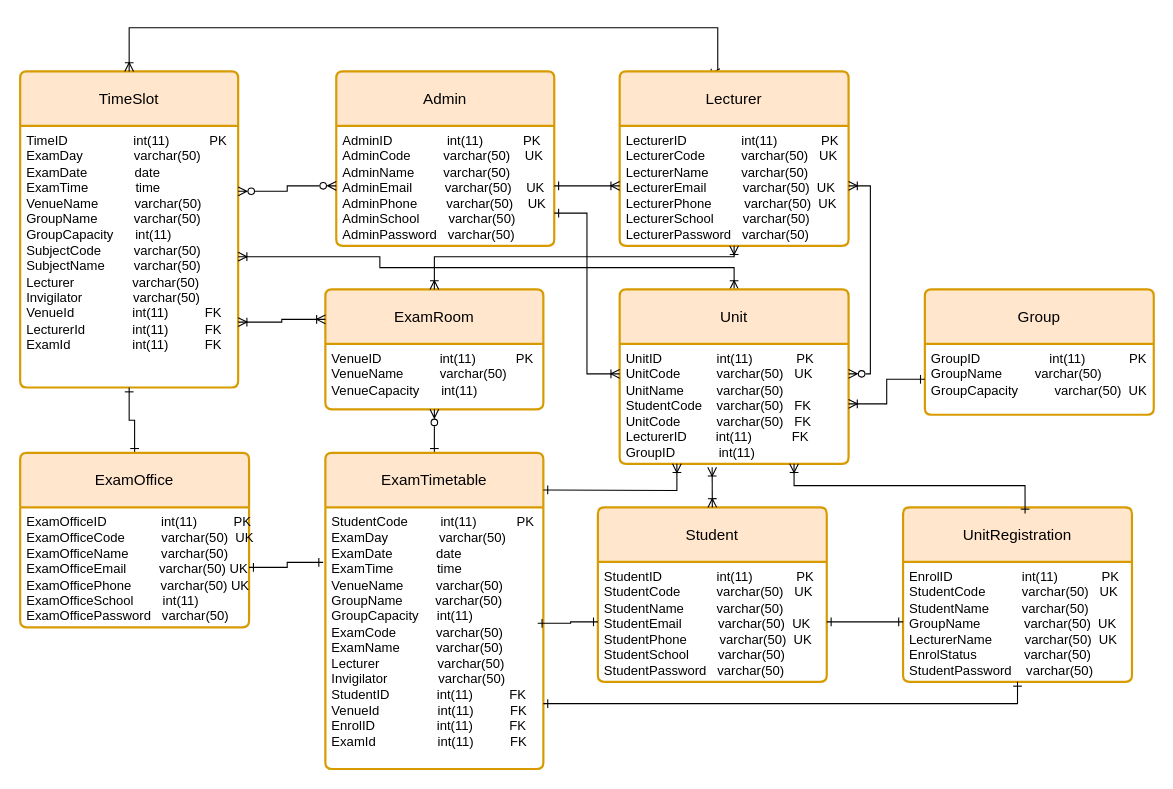
The draw.io diagram page "database diagrams" (3 of 5) of diagrams/all diagrams.drawio in Kathembotsong/Strath_Exam_Schedule, before the edit. Source tidied: cells renumbered, new cells numbered last; positions are measured from the earlier drawing's top-left corner, leaving out a move shared by most shapes. Both pictures are drawn from the tidied source at 109%, with x=0, y=0 at pixel (20, 27).
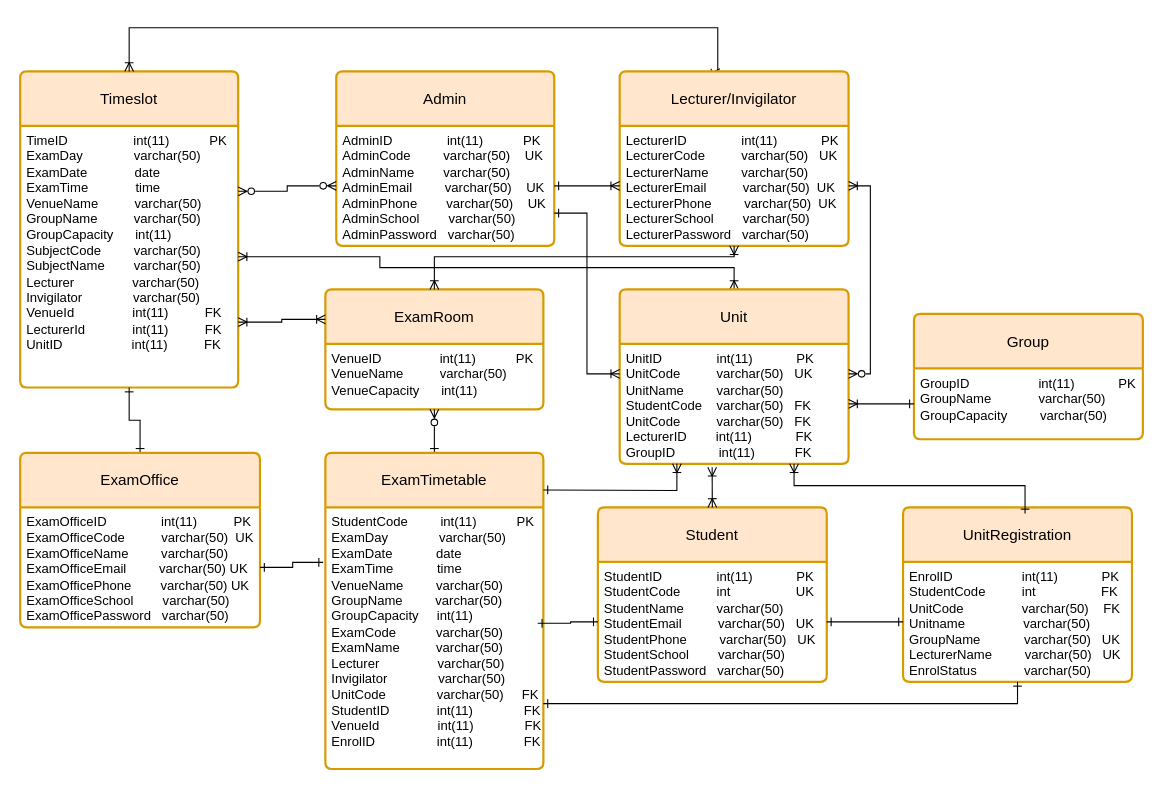
After the change.

The change refers to these unchanged cells:
```xml
<mxCell id="13" value="ExamTimetable" style="swimlane;horizontal=1;startSize=50;rounded=1;fontSize=14;fontStyle=0;strokeWidth=2;shadow=0;dashed=0;align=center;arcSize=4;whiteSpace=wrap;html=1;fillColor=#ffe6cc;strokeColor=#d79b00;" parent="1" vertex="1">
  <mxGeometry x="280" y="390" width="200" height="290" as="geometry" />
</mxCell>
<mxCell id="18" value="Unit" style="swimlane;horizontal=1;startSize=50;rounded=1;fontSize=14;fontStyle=0;strokeWidth=2;shadow=0;dashed=0;align=center;arcSize=4;whiteSpace=wrap;html=1;fillColor=#ffe6cc;strokeColor=#d79b00;" parent="1" vertex="1">
  <mxGeometry x="550" y="240" width="210" height="160" as="geometry" />
</mxCell>
<mxCell id="20" value="Student" style="swimlane;horizontal=1;startSize=50;rounded=1;fontSize=14;fontStyle=0;strokeWidth=2;shadow=0;dashed=0;align=center;arcSize=4;whiteSpace=wrap;html=1;fillColor=#ffe6cc;strokeColor=#d79b00;" parent="1" vertex="1">
  <mxGeometry x="530" y="440" width="210" height="160" as="geometry" />
</mxCell>
<mxCell id="22" value="UnitRegistration" style="swimlane;horizontal=1;startSize=50;rounded=1;fontSize=14;fontStyle=0;strokeWidth=2;shadow=0;dashed=0;align=center;arcSize=4;whiteSpace=wrap;html=1;fillColor=#ffe6cc;strokeColor=#d79b00;" parent="1" vertex="1">
  <mxGeometry x="810" y="440" width="210" height="160" as="geometry" />
</mxCell>
```

Change to the diagram source:
```diff
@@
-    <mxCell id="2" value="TimeSlot" style="swimlane;horizontal=1;startSize=50;rounded=1;fontSize=14;fontStyle=0;strokeWidth=2;shadow=0;dashed=0;align=center;arcSize=4;whiteSpace=wrap;html=1;fillColor=#ffe6cc;strokeColor=#d79b00;" parent="1" vertex="1">
+    <mxCell id="2" value="Timeslot" style="swimlane;horizontal=1;startSize=50;rounded=1;fontSize=14;fontStyle=0;strokeWidth=2;shadow=0;dashed=0;align=center;arcSize=4;whiteSpace=wrap;html=1;fillColor=#ffe6cc;strokeColor=#d79b00;" parent="1" vertex="1">
       <mxGeometry y="40" width="200" height="290" as="geometry" />
     </mxCell>
@@
-    <mxCell id="4" value="TimeID&amp;nbsp; &amp;nbsp; &amp;nbsp; &amp;nbsp; &amp;nbsp; &amp;nbsp; &amp;nbsp; &amp;nbsp; &amp;nbsp; int(11)&amp;nbsp; &amp;nbsp; &amp;nbsp; &amp;nbsp; &amp;nbsp; &amp;nbsp;PK&lt;br&gt;ExamDay&amp;nbsp; &amp;nbsp; &amp;nbsp; &amp;nbsp; &amp;nbsp; &amp;nbsp; &amp;nbsp; varchar(50)&lt;br&gt;ExamDate&amp;nbsp; &amp;nbsp; &amp;nbsp; &amp;nbsp; &amp;nbsp; &amp;nbsp; &amp;nbsp;date&lt;br&gt;ExamTime&amp;nbsp; &amp;nbsp; &amp;nbsp; &amp;nbsp; &amp;nbsp; &amp;nbsp; &amp;nbsp;time&lt;br&gt;VenueName&amp;nbsp; &amp;nbsp; &amp;nbsp; &amp;nbsp; &amp;nbsp; varchar(50)&lt;br&gt;GroupName&amp;nbsp; &amp;nbsp; &amp;nbsp; &amp;nbsp; &amp;nbsp; varchar(50)&lt;br&gt;GroupCapacity&amp;nbsp; &amp;nbsp; &amp;nbsp; int(11)&lt;br&gt;SubjectCode&amp;nbsp; &amp;nbsp; &amp;nbsp; &amp;nbsp; &amp;nbsp;varchar(50)&lt;br&gt;SubjectName&amp;nbsp; &amp;nbsp; &amp;nbsp; &amp;nbsp; varchar(50)&lt;br&gt;Lecturer&amp;nbsp; &amp;nbsp; &amp;nbsp; &amp;nbsp; &amp;nbsp; &amp;nbsp; &amp;nbsp; &amp;nbsp; varchar(50)&lt;br&gt;Invigilator&amp;nbsp; &amp;nbsp; &amp;nbsp; &amp;nbsp; &amp;nbsp; &amp;nbsp; &amp;nbsp; varchar(50)&lt;br&gt;VenueId&amp;nbsp; &amp;nbsp; &amp;nbsp; &amp;nbsp; &amp;nbsp; &amp;nbsp; &amp;nbsp; &amp;nbsp; int(11)&amp;nbsp; &amp;nbsp; &amp;nbsp; &amp;nbsp; &amp;nbsp; FK&lt;br&gt;LecturerId&amp;nbsp; &amp;nbsp; &amp;nbsp; &amp;nbsp; &amp;nbsp; &amp;nbsp; &amp;nbsp;int(11)&amp;nbsp; &amp;nbsp; &amp;nbsp; &amp;nbsp; &amp;nbsp; FK&lt;br&gt;ExamId&amp;nbsp; &amp;nbsp; &amp;nbsp; &amp;nbsp; &amp;nbsp; &amp;nbsp; &amp;nbsp; &amp;nbsp; &amp;nbsp;int(11)&amp;nbsp; &amp;nbsp; &amp;nbsp; &amp;nbsp; &amp;nbsp; FK" style="align=left;strokeColor=none;fillColor=none;spacingLeft=4;fontSize=12;verticalAlign=top;html=1;" parent="2" vertex="1">
+    <mxCell id="4" value="TimeID&amp;nbsp; &amp;nbsp; &amp;nbsp; &amp;nbsp; &amp;nbsp; &amp;nbsp; &amp;nbsp; &amp;nbsp; &amp;nbsp; int(11)&amp;nbsp; &amp;nbsp; &amp;nbsp; &amp;nbsp; &amp;nbsp; &amp;nbsp;PK&lt;br&gt;ExamDay&amp;nbsp; &amp;nbsp; &amp;nbsp; &amp;nbsp; &amp;nbsp; &amp;nbsp; &amp;nbsp; varchar(50)&lt;br&gt;ExamDate&amp;nbsp; &amp;nbsp; &amp;nbsp; &amp;nbsp; &amp;nbsp; &amp;nbsp; &amp;nbsp;date&lt;br&gt;ExamTime&amp;nbsp; &amp;nbsp; &amp;nbsp; &amp;nbsp; &amp;nbsp; &amp;nbsp; &amp;nbsp;time&lt;br&gt;VenueName&amp;nbsp; &amp;nbsp; &amp;nbsp; &amp;nbsp; &amp;nbsp; varchar(50)&lt;br&gt;GroupName&amp;nbsp; &amp;nbsp; &amp;nbsp; &amp;nbsp; &amp;nbsp; varchar(50)&lt;br&gt;GroupCapacity&amp;nbsp; &amp;nbsp; &amp;nbsp; int(11)&lt;br&gt;SubjectCode&amp;nbsp; &amp;nbsp; &amp;nbsp; &amp;nbsp; &amp;nbsp;varchar(50)&lt;br&gt;SubjectName&amp;nbsp; &amp;nbsp; &amp;nbsp; &amp;nbsp; varchar(50)&lt;br&gt;Lecturer&amp;nbsp; &amp;nbsp; &amp;nbsp; &amp;nbsp; &amp;nbsp; &amp;nbsp; &amp;nbsp; &amp;nbsp; varchar(50)&lt;br&gt;Invigilator&amp;nbsp; &amp;nbsp; &amp;nbsp; &amp;nbsp; &amp;nbsp; &amp;nbsp; &amp;nbsp; varchar(50)&lt;br&gt;VenueId&amp;nbsp; &amp;nbsp; &amp;nbsp; &amp;nbsp; &amp;nbsp; &amp;nbsp; &amp;nbsp; &amp;nbsp; int(11)&amp;nbsp; &amp;nbsp; &amp;nbsp; &amp;nbsp; &amp;nbsp; FK&lt;br&gt;LecturerId&amp;nbsp; &amp;nbsp; &amp;nbsp; &amp;nbsp; &amp;nbsp; &amp;nbsp; &amp;nbsp;int(11)&amp;nbsp; &amp;nbsp; &amp;nbsp; &amp;nbsp; &amp;nbsp; FK&lt;br&gt;UnitID&amp;nbsp; &amp;nbsp; &amp;nbsp; &amp;nbsp; &amp;nbsp; &amp;nbsp; &amp;nbsp; &amp;nbsp; &amp;nbsp; &amp;nbsp;int(11)&amp;nbsp; &amp;nbsp; &amp;nbsp; &amp;nbsp; &amp;nbsp; FK" style="align=left;strokeColor=none;fillColor=none;spacingLeft=4;fontSize=12;verticalAlign=top;html=1;" parent="2" vertex="1">
       <mxGeometry y="50" width="200" height="240" as="geometry" />
     </mxCell>
@@
     <mxCell id="10" value="ExamOffice" style="swimlane;horizontal=1;startSize=50;rounded=1;fontSize=14;fontStyle=0;strokeWidth=2;shadow=0;dashed=0;align=center;arcSize=4;whiteSpace=wrap;html=1;fillColor=#ffe6cc;strokeColor=#d79b00;" parent="1" vertex="1">
-      <mxGeometry y="390" width="210" height="160" as="geometry" />
+      <mxGeometry y="390" width="220" height="160" as="geometry" />
     </mxCell>
-    <mxCell id="11" value="ExamOfficeID&amp;nbsp; &amp;nbsp; &amp;nbsp; &amp;nbsp; &amp;nbsp; &amp;nbsp; &amp;nbsp; &amp;nbsp;int(11)&amp;nbsp; &amp;nbsp; &amp;nbsp; &amp;nbsp; &amp;nbsp; PK&lt;br&gt;ExamOfficeCode&amp;nbsp; &amp;nbsp; &amp;nbsp; &amp;nbsp; &amp;nbsp; varchar(50)&amp;nbsp; UK&lt;br&gt;ExamOfficeName&amp;nbsp; &amp;nbsp; &amp;nbsp; &amp;nbsp; &amp;nbsp;varchar(50)&lt;br&gt;ExamOfficeEmail&amp;nbsp; &amp;nbsp; &amp;nbsp; &amp;nbsp; &amp;nbsp;varchar(50) UK&lt;br&gt;ExamOfficePhone&amp;nbsp; &amp;nbsp; &amp;nbsp; &amp;nbsp; varchar(50) UK&lt;br&gt;ExamOfficeSchool&amp;nbsp; &amp;nbsp; &amp;nbsp; &amp;nbsp; int(11)&lt;br&gt;ExamOfficePassword&amp;nbsp; &amp;nbsp;varchar(50)" style="align=left;strokeColor=none;fillColor=none;spacingLeft=4;fontSize=12;verticalAlign=top;html=1;" parent="10" vertex="1">
-      <mxGeometry y="50" width="210" height="110" as="geometry" />
+    <mxCell id="11" value="ExamOfficeID&amp;nbsp; &amp;nbsp; &amp;nbsp; &amp;nbsp; &amp;nbsp; &amp;nbsp; &amp;nbsp; &amp;nbsp;int(11)&amp;nbsp; &amp;nbsp; &amp;nbsp; &amp;nbsp; &amp;nbsp; PK&lt;br&gt;ExamOfficeCode&amp;nbsp; &amp;nbsp; &amp;nbsp; &amp;nbsp; &amp;nbsp; varchar(50)&amp;nbsp; UK&lt;br&gt;ExamOfficeName&amp;nbsp; &amp;nbsp; &amp;nbsp; &amp;nbsp; &amp;nbsp;varchar(50)&lt;br&gt;ExamOfficeEmail&amp;nbsp; &amp;nbsp; &amp;nbsp; &amp;nbsp; &amp;nbsp;varchar(50) UK&lt;br&gt;ExamOfficePhone&amp;nbsp; &amp;nbsp; &amp;nbsp; &amp;nbsp; varchar(50) UK&lt;br&gt;ExamOfficeSchool&amp;nbsp; &amp;nbsp; &amp;nbsp; &amp;nbsp; varchar(50)&lt;br&gt;ExamOfficePassword&amp;nbsp; &amp;nbsp;varchar(50)" style="align=left;strokeColor=none;fillColor=none;spacingLeft=4;fontSize=12;verticalAlign=top;html=1;" parent="10" vertex="1">
+      <mxGeometry y="50" width="220" height="110" as="geometry" />
     </mxCell>
@@
-    <mxCell id="14" value="StudentCode&amp;nbsp; &amp;nbsp; &amp;nbsp; &amp;nbsp; &amp;nbsp;int(11)&amp;nbsp; &amp;nbsp; &amp;nbsp; &amp;nbsp; &amp;nbsp; &amp;nbsp;PK&lt;br&gt;ExamDay&amp;nbsp; &amp;nbsp; &amp;nbsp; &amp;nbsp; &amp;nbsp; &amp;nbsp; &amp;nbsp; varchar(50)&lt;br&gt;ExamDate&amp;nbsp; &amp;nbsp; &amp;nbsp; &amp;nbsp; &amp;nbsp; &amp;nbsp; date&lt;br&gt;ExamTime&amp;nbsp; &amp;nbsp; &amp;nbsp; &amp;nbsp; &amp;nbsp; &amp;nbsp; time&lt;br&gt;VenueName&amp;nbsp; &amp;nbsp; &amp;nbsp; &amp;nbsp; &amp;nbsp;varchar(50)&lt;br&gt;GroupName&amp;nbsp; &amp;nbsp; &amp;nbsp; &amp;nbsp; &amp;nbsp;varchar(50)&lt;br&gt;GroupCapacity&amp;nbsp; &amp;nbsp; &amp;nbsp;int(11)&lt;br&gt;ExamCode&amp;nbsp; &amp;nbsp; &amp;nbsp; &amp;nbsp; &amp;nbsp; &amp;nbsp;varchar(50)&lt;br&gt;ExamName&amp;nbsp; &amp;nbsp; &amp;nbsp; &amp;nbsp; &amp;nbsp; varchar(50)&lt;br&gt;Lecturer&amp;nbsp; &amp;nbsp; &amp;nbsp; &amp;nbsp; &amp;nbsp; &amp;nbsp; &amp;nbsp; &amp;nbsp; varchar(50)&lt;br&gt;Invigilator&amp;nbsp; &amp;nbsp; &amp;nbsp; &amp;nbsp; &amp;nbsp; &amp;nbsp; &amp;nbsp; varchar(50)&lt;br&gt;StudentID&amp;nbsp; &amp;nbsp; &amp;nbsp; &amp;nbsp; &amp;nbsp; &amp;nbsp; &amp;nbsp;int(11)&amp;nbsp; &amp;nbsp; &amp;nbsp; &amp;nbsp; &amp;nbsp; FK&lt;br&gt;VenueId&amp;nbsp; &amp;nbsp; &amp;nbsp; &amp;nbsp; &amp;nbsp; &amp;nbsp; &amp;nbsp; &amp;nbsp; int(11)&amp;nbsp; &amp;nbsp; &amp;nbsp; &amp;nbsp; &amp;nbsp; FK&lt;br&gt;EnrolID&amp;nbsp; &amp;nbsp; &amp;nbsp; &amp;nbsp; &amp;nbsp; &amp;nbsp; &amp;nbsp; &amp;nbsp; &amp;nbsp;int(11)&amp;nbsp; &amp;nbsp; &amp;nbsp; &amp;nbsp; &amp;nbsp; FK&lt;br&gt;ExamId&amp;nbsp; &amp;nbsp; &amp;nbsp; &amp;nbsp; &amp;nbsp; &amp;nbsp; &amp;nbsp; &amp;nbsp; &amp;nbsp;int(11)&amp;nbsp; &amp;nbsp; &amp;nbsp; &amp;nbsp; &amp;nbsp; FK" style="align=left;strokeColor=none;fillColor=none;spacingLeft=4;fontSize=12;verticalAlign=top;html=1;" parent="13" vertex="1">
+    <mxCell id="14" value="StudentCode&amp;nbsp; &amp;nbsp; &amp;nbsp; &amp;nbsp; &amp;nbsp;int(11)&amp;nbsp; &amp;nbsp; &amp;nbsp; &amp;nbsp; &amp;nbsp; &amp;nbsp;PK&lt;br&gt;ExamDay&amp;nbsp; &amp;nbsp; &amp;nbsp; &amp;nbsp; &amp;nbsp; &amp;nbsp; &amp;nbsp; varchar(50)&lt;br&gt;ExamDate&amp;nbsp; &amp;nbsp; &amp;nbsp; &amp;nbsp; &amp;nbsp; &amp;nbsp; date&lt;br&gt;ExamTime&amp;nbsp; &amp;nbsp; &amp;nbsp; &amp;nbsp; &amp;nbsp; &amp;nbsp; time&lt;br&gt;VenueName&amp;nbsp; &amp;nbsp; &amp;nbsp; &amp;nbsp; &amp;nbsp;varchar(50)&lt;br&gt;GroupName&amp;nbsp; &amp;nbsp; &amp;nbsp; &amp;nbsp; &amp;nbsp;varchar(50)&lt;br&gt;GroupCapacity&amp;nbsp; &amp;nbsp; &amp;nbsp;int(11)&lt;br&gt;ExamCode&amp;nbsp; &amp;nbsp; &amp;nbsp; &amp;nbsp; &amp;nbsp; &amp;nbsp;varchar(50)&lt;br&gt;ExamName&amp;nbsp; &amp;nbsp; &amp;nbsp; &amp;nbsp; &amp;nbsp; varchar(50)&lt;br&gt;Lecturer&amp;nbsp; &amp;nbsp; &amp;nbsp; &amp;nbsp; &amp;nbsp; &amp;nbsp; &amp;nbsp; &amp;nbsp; varchar(50)&lt;br&gt;Invigilator&amp;nbsp; &amp;nbsp; &amp;nbsp; &amp;nbsp; &amp;nbsp; &amp;nbsp; &amp;nbsp; varchar(50)&lt;br&gt;UnitCode&amp;nbsp; &amp;nbsp; &amp;nbsp; &amp;nbsp; &amp;nbsp; &amp;nbsp; &amp;nbsp; varchar(50)&amp;nbsp; &amp;nbsp; &amp;nbsp;FK&lt;br&gt;StudentID&amp;nbsp; &amp;nbsp; &amp;nbsp; &amp;nbsp; &amp;nbsp; &amp;nbsp; &amp;nbsp;int(11)&amp;nbsp; &amp;nbsp; &amp;nbsp; &amp;nbsp; &amp;nbsp; &amp;nbsp; &amp;nbsp; FK&lt;br&gt;VenueId&amp;nbsp; &amp;nbsp; &amp;nbsp; &amp;nbsp; &amp;nbsp; &amp;nbsp; &amp;nbsp; &amp;nbsp; int(11)&amp;nbsp; &amp;nbsp; &amp;nbsp; &amp;nbsp; &amp;nbsp; &amp;nbsp; &amp;nbsp; FK&lt;br&gt;EnrolID&amp;nbsp; &amp;nbsp; &amp;nbsp; &amp;nbsp; &amp;nbsp; &amp;nbsp; &amp;nbsp; &amp;nbsp; &amp;nbsp;int(11)&amp;nbsp; &amp;nbsp; &amp;nbsp; &amp;nbsp; &amp;nbsp; &amp;nbsp; &amp;nbsp; FK" style="align=left;strokeColor=none;fillColor=none;spacingLeft=4;fontSize=12;verticalAlign=top;html=1;" parent="13" vertex="1">
       <mxGeometry y="50" width="200" height="240" as="geometry" />
     </mxCell>
-    <mxCell id="15" value="Lecturer" style="swimlane;horizontal=1;startSize=50;rounded=1;fontSize=14;fontStyle=0;strokeWidth=2;shadow=0;dashed=0;align=center;arcSize=4;whiteSpace=wrap;html=1;fillColor=#ffe6cc;strokeColor=#d79b00;" parent="1" vertex="1">
+    <mxCell id="15" value="Lecturer/Invigilator" style="swimlane;horizontal=1;startSize=50;rounded=1;fontSize=14;fontStyle=0;strokeWidth=2;shadow=0;dashed=0;align=center;arcSize=4;whiteSpace=wrap;html=1;fillColor=#ffe6cc;strokeColor=#d79b00;" parent="1" vertex="1">
       <mxGeometry x="550" y="40" width="210" height="160" as="geometry" />
     </mxCell>
@@
-    <mxCell id="19" value="UnitID&amp;nbsp; &amp;nbsp; &amp;nbsp; &amp;nbsp; &amp;nbsp; &amp;nbsp; &amp;nbsp; &amp;nbsp;int(11)&amp;nbsp; &amp;nbsp; &amp;nbsp; &amp;nbsp; &amp;nbsp; &amp;nbsp; PK&lt;br&gt;UnitCode&amp;nbsp; &amp;nbsp; &amp;nbsp; &amp;nbsp; &amp;nbsp; varchar(50)&amp;nbsp; &amp;nbsp;UK&lt;br&gt;UnitName&amp;nbsp; &amp;nbsp; &amp;nbsp; &amp;nbsp; &amp;nbsp;varchar(50)&lt;br&gt;StudentCode&amp;nbsp; &amp;nbsp; varchar(50)&amp;nbsp; &amp;nbsp;FK&lt;br&gt;UnitCode&amp;nbsp; &amp;nbsp; &amp;nbsp; &amp;nbsp; &amp;nbsp; varchar(50)&amp;nbsp; &amp;nbsp;FK&lt;br&gt;LecturerID&amp;nbsp; &amp;nbsp; &amp;nbsp; &amp;nbsp; int(11)&amp;nbsp; &amp;nbsp; &amp;nbsp; &amp;nbsp; &amp;nbsp; &amp;nbsp;FK&amp;nbsp; &amp;nbsp;&lt;br&gt;GroupID&amp;nbsp; &amp;nbsp; &amp;nbsp; &amp;nbsp; &amp;nbsp; &amp;nbsp; int(11)" style="align=left;strokeColor=none;fillColor=none;spacingLeft=4;fontSize=12;verticalAlign=top;html=1;" parent="18" vertex="1">
+    <mxCell id="19" value="UnitID&amp;nbsp; &amp;nbsp; &amp;nbsp; &amp;nbsp; &amp;nbsp; &amp;nbsp; &amp;nbsp; &amp;nbsp;int(11)&amp;nbsp; &amp;nbsp; &amp;nbsp; &amp;nbsp; &amp;nbsp; &amp;nbsp; PK&lt;br&gt;UnitCode&amp;nbsp; &amp;nbsp; &amp;nbsp; &amp;nbsp; &amp;nbsp; varchar(50)&amp;nbsp; &amp;nbsp;UK&lt;br&gt;UnitName&amp;nbsp; &amp;nbsp; &amp;nbsp; &amp;nbsp; &amp;nbsp;varchar(50)&lt;br&gt;StudentCode&amp;nbsp; &amp;nbsp; varchar(50)&amp;nbsp; &amp;nbsp;FK&lt;br&gt;UnitCode&amp;nbsp; &amp;nbsp; &amp;nbsp; &amp;nbsp; &amp;nbsp; varchar(50)&amp;nbsp; &amp;nbsp;FK&lt;br&gt;LecturerID&amp;nbsp; &amp;nbsp; &amp;nbsp; &amp;nbsp; int(11)&amp;nbsp; &amp;nbsp; &amp;nbsp; &amp;nbsp; &amp;nbsp; &amp;nbsp; FK&amp;nbsp; &amp;nbsp;&lt;br&gt;GroupID&amp;nbsp; &amp;nbsp; &amp;nbsp; &amp;nbsp; &amp;nbsp; &amp;nbsp; int(11)&amp;nbsp; &amp;nbsp; &amp;nbsp; &amp;nbsp; &amp;nbsp; &amp;nbsp;FK" style="align=left;strokeColor=none;fillColor=none;spacingLeft=4;fontSize=12;verticalAlign=top;html=1;" parent="18" vertex="1">
       <mxGeometry y="50" width="210" height="110" as="geometry" />
     </mxCell>
@@
-    <mxCell id="21" value="StudentID&amp;nbsp; &amp;nbsp; &amp;nbsp; &amp;nbsp; &amp;nbsp; &amp;nbsp; &amp;nbsp; &amp;nbsp;int(11)&amp;nbsp; &amp;nbsp; &amp;nbsp; &amp;nbsp; &amp;nbsp; &amp;nbsp; PK&lt;br&gt;StudentCode&amp;nbsp; &amp;nbsp; &amp;nbsp; &amp;nbsp; &amp;nbsp; varchar(50)&amp;nbsp; &amp;nbsp;UK&lt;br&gt;StudentName&amp;nbsp; &amp;nbsp; &amp;nbsp; &amp;nbsp; &amp;nbsp;varchar(50)&lt;br&gt;StudentEmail&amp;nbsp; &amp;nbsp; &amp;nbsp; &amp;nbsp; &amp;nbsp; varchar(50)&amp;nbsp; UK&lt;br&gt;StudentPhone&amp;nbsp; &amp;nbsp; &amp;nbsp; &amp;nbsp; &amp;nbsp;varchar(50)&amp;nbsp; UK&lt;br&gt;StudentSchool&amp;nbsp; &amp;nbsp; &amp;nbsp; &amp;nbsp; varchar(50)&lt;br&gt;StudentPassword&amp;nbsp; &amp;nbsp;varchar(50)" style="align=left;strokeColor=none;fillColor=none;spacingLeft=4;fontSize=12;verticalAlign=top;html=1;" parent="20" vertex="1">
+    <mxCell id="21" value="StudentID&amp;nbsp; &amp;nbsp; &amp;nbsp; &amp;nbsp; &amp;nbsp; &amp;nbsp; &amp;nbsp; &amp;nbsp;int(11)&amp;nbsp; &amp;nbsp; &amp;nbsp; &amp;nbsp; &amp;nbsp; &amp;nbsp; PK&lt;br&gt;StudentCode&amp;nbsp; &amp;nbsp; &amp;nbsp; &amp;nbsp; &amp;nbsp; int&amp;nbsp; &amp;nbsp; &amp;nbsp; &amp;nbsp; &amp;nbsp; &amp;nbsp; &amp;nbsp; &amp;nbsp; &amp;nbsp; UK&lt;br&gt;StudentName&amp;nbsp; &amp;nbsp; &amp;nbsp; &amp;nbsp; &amp;nbsp;varchar(50)&lt;br&gt;StudentEmail&amp;nbsp; &amp;nbsp; &amp;nbsp; &amp;nbsp; &amp;nbsp; varchar(50)&amp;nbsp; &amp;nbsp;UK&lt;br&gt;StudentPhone&amp;nbsp; &amp;nbsp; &amp;nbsp; &amp;nbsp; &amp;nbsp;varchar(50)&amp;nbsp; &amp;nbsp;UK&lt;br&gt;StudentSchool&amp;nbsp; &amp;nbsp; &amp;nbsp; &amp;nbsp; varchar(50)&lt;br&gt;StudentPassword&amp;nbsp; &amp;nbsp;varchar(50)" style="align=left;strokeColor=none;fillColor=none;spacingLeft=4;fontSize=12;verticalAlign=top;html=1;" parent="20" vertex="1">
       <mxGeometry y="50" width="210" height="110" as="geometry" />
     </mxCell>
@@
-    <mxCell id="23" value="EnrolID&amp;nbsp; &amp;nbsp; &amp;nbsp; &amp;nbsp; &amp;nbsp; &amp;nbsp; &amp;nbsp; &amp;nbsp; &amp;nbsp; &amp;nbsp;int(11)&amp;nbsp; &amp;nbsp; &amp;nbsp; &amp;nbsp; &amp;nbsp; &amp;nbsp; PK&lt;br&gt;StudentCode&amp;nbsp; &amp;nbsp; &amp;nbsp; &amp;nbsp; &amp;nbsp; varchar(50)&amp;nbsp; &amp;nbsp;UK&lt;br&gt;StudentName&amp;nbsp; &amp;nbsp; &amp;nbsp; &amp;nbsp; &amp;nbsp;varchar(50)&lt;br&gt;GroupName&amp;nbsp; &amp;nbsp; &amp;nbsp; &amp;nbsp; &amp;nbsp; &amp;nbsp; varchar(50)&amp;nbsp; UK&lt;br&gt;LecturerName&amp;nbsp; &amp;nbsp; &amp;nbsp; &amp;nbsp; &amp;nbsp;varchar(50)&amp;nbsp; UK&lt;br&gt;EnrolStatus&amp;nbsp; &amp;nbsp; &amp;nbsp; &amp;nbsp; &amp;nbsp; &amp;nbsp; &amp;nbsp;varchar(50)&lt;br&gt;StudentPassword&amp;nbsp; &amp;nbsp; varchar(50)" style="align=left;strokeColor=none;fillColor=none;spacingLeft=4;fontSize=12;verticalAlign=top;html=1;" parent="22" vertex="1">
+    <mxCell id="23" value="EnrolID&amp;nbsp; &amp;nbsp; &amp;nbsp; &amp;nbsp; &amp;nbsp; &amp;nbsp; &amp;nbsp; &amp;nbsp; &amp;nbsp; &amp;nbsp;int(11)&amp;nbsp; &amp;nbsp; &amp;nbsp; &amp;nbsp; &amp;nbsp; &amp;nbsp; PK&lt;br&gt;StudentCode&amp;nbsp; &amp;nbsp; &amp;nbsp; &amp;nbsp; &amp;nbsp; int&amp;nbsp; &amp;nbsp; &amp;nbsp; &amp;nbsp; &amp;nbsp; &amp;nbsp; &amp;nbsp; &amp;nbsp; &amp;nbsp; FK&lt;br&gt;UnitCode&amp;nbsp; &amp;nbsp; &amp;nbsp; &amp;nbsp; &amp;nbsp; &amp;nbsp; &amp;nbsp; &amp;nbsp; varchar(50)&amp;nbsp; &amp;nbsp; FK&lt;br&gt;Unitname&amp;nbsp; &amp;nbsp; &amp;nbsp; &amp;nbsp; &amp;nbsp; &amp;nbsp; &amp;nbsp; &amp;nbsp; varchar(50)&lt;br&gt;GroupName&amp;nbsp; &amp;nbsp; &amp;nbsp; &amp;nbsp; &amp;nbsp; &amp;nbsp; varchar(50)&amp;nbsp; &amp;nbsp;UK&lt;br&gt;LecturerName&amp;nbsp; &amp;nbsp; &amp;nbsp; &amp;nbsp; &amp;nbsp;varchar(50)&amp;nbsp; &amp;nbsp;UK&lt;br&gt;EnrolStatus&amp;nbsp; &amp;nbsp; &amp;nbsp; &amp;nbsp; &amp;nbsp; &amp;nbsp; &amp;nbsp;varchar(50)" style="align=left;strokeColor=none;fillColor=none;spacingLeft=4;fontSize=12;verticalAlign=top;html=1;" parent="22" vertex="1">
       <mxGeometry y="50" width="210" height="110" as="geometry" />
     </mxCell>
@@
     <mxCell id="37" value="Group" style="swimlane;horizontal=1;startSize=50;rounded=1;fontSize=14;fontStyle=0;strokeWidth=2;shadow=0;dashed=0;align=center;arcSize=4;whiteSpace=wrap;html=1;fillColor=#ffe6cc;strokeColor=#d79b00;" parent="1" vertex="1">
-      <mxGeometry x="830" y="240" width="210" height="115" as="geometry" />
+      <mxGeometry x="820" y="262.5" width="210" height="115" as="geometry" />
     </mxCell>
-    <mxCell id="38" value="GroupID&amp;nbsp; &amp;nbsp; &amp;nbsp; &amp;nbsp; &amp;nbsp; &amp;nbsp; &amp;nbsp; &amp;nbsp; &amp;nbsp; &amp;nbsp;int(11)&amp;nbsp; &amp;nbsp; &amp;nbsp; &amp;nbsp; &amp;nbsp; &amp;nbsp; PK&lt;br&gt;GroupName&amp;nbsp; &amp;nbsp; &amp;nbsp; &amp;nbsp; &amp;nbsp;varchar(50)&lt;br&gt;GroupCapacity&amp;nbsp; &amp;nbsp; &amp;nbsp; &amp;nbsp; &amp;nbsp; varchar(50)&amp;nbsp; UK&lt;br&gt;" style="align=left;strokeColor=none;fillColor=none;spacingLeft=4;fontSize=12;verticalAlign=top;html=1;" parent="37" vertex="1">
+    <mxCell id="38" value="GroupID&amp;nbsp; &amp;nbsp; &amp;nbsp; &amp;nbsp; &amp;nbsp; &amp;nbsp; &amp;nbsp; &amp;nbsp; &amp;nbsp; &amp;nbsp;int(11)&amp;nbsp; &amp;nbsp; &amp;nbsp; &amp;nbsp; &amp;nbsp; &amp;nbsp; PK&lt;br&gt;GroupName&amp;nbsp; &amp;nbsp; &amp;nbsp; &amp;nbsp; &amp;nbsp; &amp;nbsp; &amp;nbsp;varchar(50)&lt;br&gt;GroupCapacity&amp;nbsp; &amp;nbsp; &amp;nbsp; &amp;nbsp; &amp;nbsp;varchar(50)&amp;nbsp;&amp;nbsp;" style="align=left;strokeColor=none;fillColor=none;spacingLeft=4;fontSize=12;verticalAlign=top;html=1;" parent="37" vertex="1">
       <mxGeometry y="50" width="210" height="65" as="geometry" />
     </mxCell>
```
